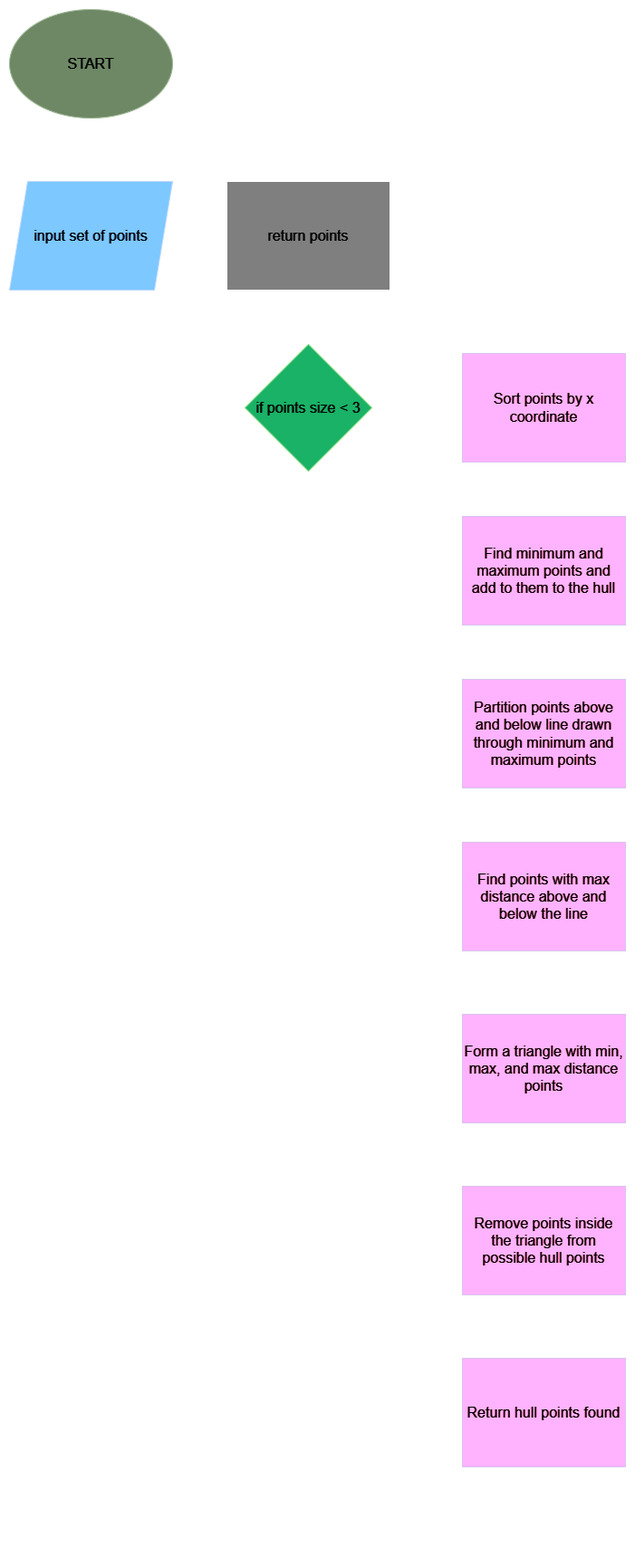
The draw.io diagram images/quickhull-alg-flowchart.png in DCIT-204/Assignment-5, before a commit. Source tidied: cells renumbered, new cells last; positions are measured from the earlier drawing's top-left corner, leaving out a move shared by most shapes.
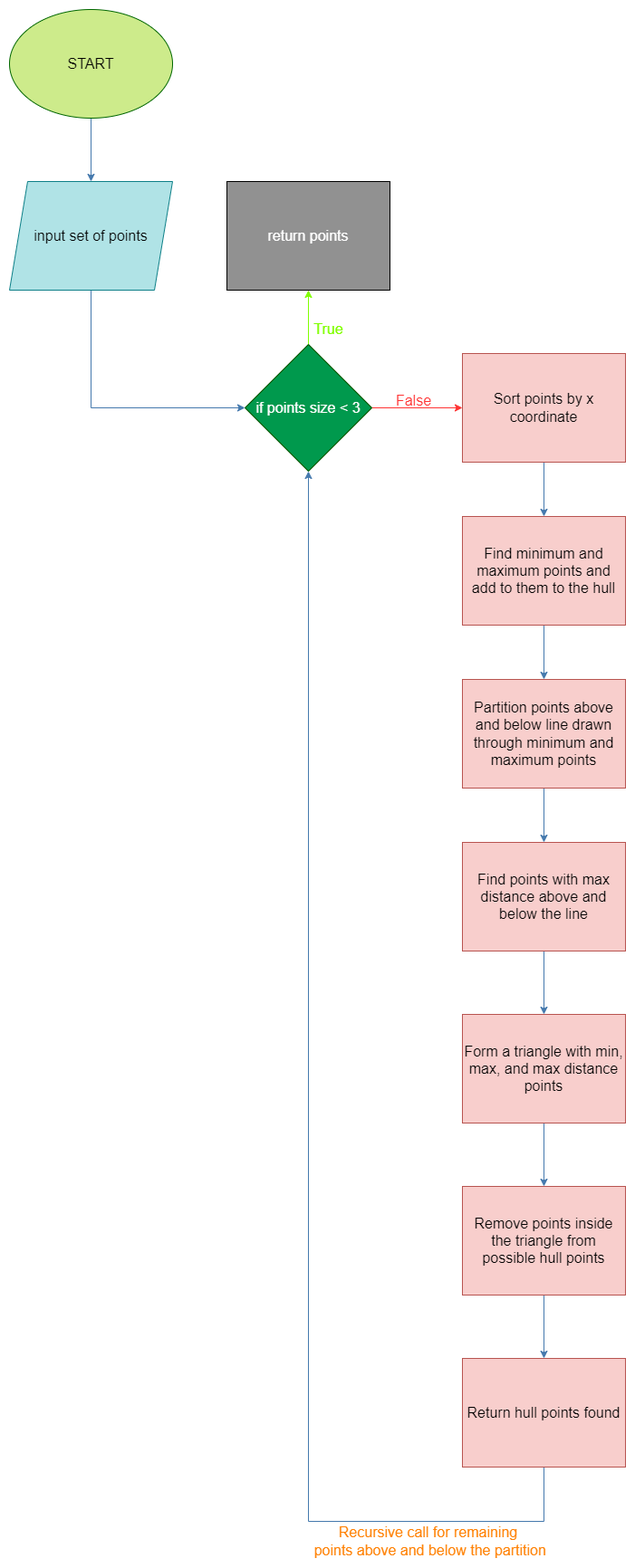
After the change.

Commit message:
used a better image for quickhull-alg-flowchart

What changed in the source:
```diff
@@ -2,24 +2,24 @@
   <root>
     <mxCell id="0" />
     <mxCell id="1" parent="0" />
-    <mxCell id="2" style="edgeStyle=orthogonalEdgeStyle;rounded=0;jettySize=auto;html=1;" parent="1" edge="1" source="3" target="10">
+    <mxCell id="2" style="edgeStyle=orthogonalEdgeStyle;rounded=0;jettySize=auto;html=1;strokeColor=#4579AD;" parent="1" edge="1" source="3" target="10">
       <mxGeometry relative="1" as="geometry" />
     </mxCell>
-    <mxCell id="3" value="START" style="ellipse;whiteSpace=wrap;html=1;fillColor=#6d8764;fontColor=#ffffff;strokeColor=#3A5431;fontSize=16;" parent="1" vertex="1">
+    <mxCell id="3" value="START" style="ellipse;whiteSpace=wrap;html=1;fillColor=#cdeb8b;strokeColor=#006600;fontSize=16;" parent="1" vertex="1">
       <mxGeometry width="180" height="120" as="geometry" />
     </mxCell>
-    <mxCell id="4" style="edgeStyle=orthogonalEdgeStyle;rounded=0;jettySize=auto;html=1;exitX=0.5;exitY=0;exitDx=0;exitDy=0;entryX=0.5;entryY=1;entryDx=0;entryDy=0;" parent="1" edge="1" source="8" target="25">
+    <mxCell id="4" style="edgeStyle=orthogonalEdgeStyle;rounded=0;jettySize=auto;html=1;exitX=0.5;exitY=0;exitDx=0;exitDy=0;entryX=0.5;entryY=1;entryDx=0;entryDy=0;strokeColor=#80FF00;" parent="1" edge="1" source="8" target="25">
       <mxGeometry relative="1" as="geometry" />
     </mxCell>
-    <mxCell id="5" value="True" style="edgeLabel;html=1;align=center;verticalAlign=middle;labelBackgroundColor=none;fontColor=default;fontSize=16;" parent="4" vertex="1">
+    <mxCell id="5" value="True" style="edgeLabel;html=1;align=center;verticalAlign=middle;labelBackgroundColor=none;fontColor=#80FF00;fontSize=16;" parent="4" vertex="1">
       <mxGeometry x="0.1" y="1" relative="1" as="geometry">
         <mxPoint x="21" y="13" as="offset" />
       </mxGeometry>
     </mxCell>
-    <mxCell id="6" style="edgeStyle=orthogonalEdgeStyle;rounded=0;jettySize=auto;html=1;exitX=1;exitY=0.5;exitDx=0;exitDy=0;entryX=0;entryY=0.5;entryDx=0;entryDy=0;" parent="1" edge="1" source="8" target="12">
+    <mxCell id="6" style="edgeStyle=orthogonalEdgeStyle;rounded=0;jettySize=auto;html=1;exitX=1;exitY=0.5;exitDx=0;exitDy=0;entryX=0;entryY=0.5;entryDx=0;entryDy=0;strokeColor=#FF3333;" parent="1" edge="1" source="8" target="12">
       <mxGeometry relative="1" as="geometry" />
     </mxCell>
-    <mxCell id="7" value="False" style="edgeLabel;html=1;align=center;verticalAlign=middle;labelBackgroundColor=none;fontSize=16;" parent="6" vertex="1">
+    <mxCell id="7" value="False" style="edgeLabel;html=1;align=center;verticalAlign=middle;labelBackgroundColor=none;fontSize=16;fontColor=#FF3333;" parent="6" vertex="1">
       <mxGeometry x="-0.07" y="-1" relative="1" as="geometry">
         <mxPoint x="-4" y="-11" as="offset" />
       </mxGeometry>
@@ -27,46 +27,46 @@
     <mxCell id="8" value="if points size &amp;lt; 3" style="rhombus;whiteSpace=wrap;html=1;fillColor=#00994D;strokeColor=#005700;fontColor=#ffffff;fontSize=16;" parent="1" vertex="1">
       <mxGeometry x="260" y="370" width="140" height="140" as="geometry" />
     </mxCell>
-    <mxCell id="9" style="edgeStyle=orthogonalEdgeStyle;rounded=0;jettySize=auto;html=1;exitX=0.5;exitY=1;exitDx=0;exitDy=0;entryX=0;entryY=0.5;entryDx=0;entryDy=0;" parent="1" edge="1" source="10" target="8">
+    <mxCell id="9" style="edgeStyle=orthogonalEdgeStyle;rounded=0;jettySize=auto;html=1;exitX=0.5;exitY=1;exitDx=0;exitDy=0;entryX=0;entryY=0.5;entryDx=0;entryDy=0;strokeColor=#4579AD;" parent="1" edge="1" source="10" target="8">
       <mxGeometry relative="1" as="geometry" />
     </mxCell>
-    <mxCell id="10" value="input set of points" style="shape=parallelogram;perimeter=parallelogramPerimeter;whiteSpace=wrap;html=1;fixedSize=1;fillColor=#004C99;fontColor=#ffffff;strokeColor=#001DBC;fontSize=16;" parent="1" vertex="1">
+    <mxCell id="10" value="input set of points" style="shape=parallelogram;perimeter=parallelogramPerimeter;whiteSpace=wrap;html=1;fixedSize=1;fillColor=#b0e3e6;strokeColor=#0e8088;fontSize=16;" parent="1" vertex="1">
       <mxGeometry y="190" width="180" height="120" as="geometry" />
     </mxCell>
-    <mxCell id="11" style="edgeStyle=orthogonalEdgeStyle;rounded=0;jettySize=auto;html=1;exitX=0.5;exitY=1;exitDx=0;exitDy=0;entryX=0.5;entryY=0;entryDx=0;entryDy=0;fillColor=#76608a;strokeColor=#000000;fontSize=16;" parent="1" edge="1" source="12" target="14">
+    <mxCell id="11" style="edgeStyle=orthogonalEdgeStyle;rounded=0;jettySize=auto;html=1;exitX=0.5;exitY=1;exitDx=0;exitDy=0;entryX=0.5;entryY=0;entryDx=0;entryDy=0;fillColor=#76608a;strokeColor=#4579AD;fontSize=16;" parent="1" edge="1" source="12" target="14">
       <mxGeometry relative="1" as="geometry" />
     </mxCell>
-    <mxCell id="12" value="Sort points by x coordinate" style="rounded=0;whiteSpace=wrap;html=1;fillColor=#99004D;fontColor=#ffffff;strokeColor=#432D57;fontSize=16;" parent="1" vertex="1">
+    <mxCell id="12" value="Sort points by x coordinate" style="rounded=0;whiteSpace=wrap;html=1;fillColor=#f8cecc;strokeColor=#b85450;fontSize=16;" parent="1" vertex="1">
       <mxGeometry x="500" y="380" width="180" height="120" as="geometry" />
     </mxCell>
-    <mxCell id="13" style="edgeStyle=orthogonalEdgeStyle;rounded=0;jettySize=auto;html=1;exitX=0.5;exitY=1;exitDx=0;exitDy=0;entryX=0.5;entryY=0;entryDx=0;entryDy=0;fillColor=#76608a;strokeColor=#000000;fontSize=16;" parent="1" edge="1" source="14" target="16">
+    <mxCell id="13" style="edgeStyle=orthogonalEdgeStyle;rounded=0;jettySize=auto;html=1;exitX=0.5;exitY=1;exitDx=0;exitDy=0;entryX=0.5;entryY=0;entryDx=0;entryDy=0;fillColor=#76608a;strokeColor=#4579AD;fontSize=16;" parent="1" edge="1" source="14" target="16">
       <mxGeometry relative="1" as="geometry" />
     </mxCell>
-    <mxCell id="14" value="Find minimum and maximum points and add to them to the hull" style="rounded=0;whiteSpace=wrap;html=1;fillColor=#99004D;fontColor=#ffffff;strokeColor=#432D57;fontSize=16;" parent="1" vertex="1">
+    <mxCell id="14" value="Find minimum and maximum points and add to them to the hull" style="rounded=0;whiteSpace=wrap;html=1;fillColor=#f8cecc;strokeColor=#b85450;fontSize=16;" parent="1" vertex="1">
       <mxGeometry x="500" y="560" width="180" height="120" as="geometry" />
     </mxCell>
-    <mxCell id="15" style="edgeStyle=orthogonalEdgeStyle;rounded=0;jettySize=auto;html=1;exitX=0.5;exitY=1;exitDx=0;exitDy=0;entryX=0.5;entryY=0;entryDx=0;entryDy=0;fillColor=#76608a;strokeColor=#000000;fontSize=16;" parent="1" edge="1" source="16" target="18">
+    <mxCell id="15" style="edgeStyle=orthogonalEdgeStyle;rounded=0;jettySize=auto;html=1;exitX=0.5;exitY=1;exitDx=0;exitDy=0;entryX=0.5;entryY=0;entryDx=0;entryDy=0;fillColor=#76608a;strokeColor=#4579AD;fontSize=16;" parent="1" edge="1" source="16" target="18">
       <mxGeometry relative="1" as="geometry" />
     </mxCell>
-    <mxCell id="16" value="Partition points above and below line drawn through minimum and maximum points" style="rounded=0;whiteSpace=wrap;html=1;fillColor=#99004D;fontColor=#ffffff;strokeColor=#432D57;fontSize=16;" parent="1" vertex="1">
+    <mxCell id="16" value="Partition points above and below line drawn through minimum and maximum points" style="rounded=0;whiteSpace=wrap;html=1;fillColor=#f8cecc;strokeColor=#b85450;fontSize=16;" parent="1" vertex="1">
       <mxGeometry x="500" y="740" width="180" height="120" as="geometry" />
     </mxCell>
-    <mxCell id="17" style="edgeStyle=orthogonalEdgeStyle;rounded=0;jettySize=auto;html=1;exitX=0.5;exitY=1;exitDx=0;exitDy=0;entryX=0.5;entryY=0;entryDx=0;entryDy=0;fillColor=#76608a;strokeColor=#000000;fontSize=16;" parent="1" edge="1" source="18" target="20">
+    <mxCell id="17" style="edgeStyle=orthogonalEdgeStyle;rounded=0;jettySize=auto;html=1;exitX=0.5;exitY=1;exitDx=0;exitDy=0;entryX=0.5;entryY=0;entryDx=0;entryDy=0;fillColor=#76608a;strokeColor=#4579AD;fontSize=16;" parent="1" edge="1" source="18" target="20">
       <mxGeometry relative="1" as="geometry" />
     </mxCell>
-    <mxCell id="18" value="Find points with max distance above and below the line" style="rounded=0;whiteSpace=wrap;html=1;fillColor=#99004D;fontColor=#ffffff;strokeColor=#432D57;fontSize=16;" parent="1" vertex="1">
+    <mxCell id="18" value="Find points with max distance above and below the line" style="rounded=0;whiteSpace=wrap;html=1;fillColor=#f8cecc;strokeColor=#b85450;fontSize=16;" parent="1" vertex="1">
       <mxGeometry x="500" y="920" width="180" height="120" as="geometry" />
     </mxCell>
-    <mxCell id="19" style="edgeStyle=orthogonalEdgeStyle;rounded=0;jettySize=auto;html=1;exitX=0.5;exitY=1;exitDx=0;exitDy=0;entryX=0.5;entryY=0;entryDx=0;entryDy=0;fillColor=#76608a;strokeColor=#000000;fontSize=16;" parent="1" edge="1" source="20" target="26">
+    <mxCell id="19" style="edgeStyle=orthogonalEdgeStyle;rounded=0;jettySize=auto;html=1;exitX=0.5;exitY=1;exitDx=0;exitDy=0;entryX=0.5;entryY=0;entryDx=0;entryDy=0;fillColor=#76608a;strokeColor=#4579AD;fontSize=16;" parent="1" edge="1" source="20" target="26">
       <mxGeometry relative="1" as="geometry" />
     </mxCell>
-    <mxCell id="20" value="Form a triangle with min, max, and max distance points" style="rounded=0;whiteSpace=wrap;html=1;fillColor=#99004D;fontColor=#ffffff;strokeColor=#432D57;fontSize=16;" parent="1" vertex="1">
+    <mxCell id="20" value="Form a triangle with min, max, and max distance points" style="rounded=0;whiteSpace=wrap;html=1;fillColor=#f8cecc;strokeColor=#b85450;fontSize=16;" parent="1" vertex="1">
       <mxGeometry x="500" y="1110" width="180" height="120" as="geometry" />
     </mxCell>
-    <mxCell id="21" style="edgeStyle=orthogonalEdgeStyle;rounded=0;jettySize=auto;html=1;exitX=0.5;exitY=1;exitDx=0;exitDy=0;entryX=0.5;entryY=0;entryDx=0;entryDy=0;fillColor=#76608a;strokeColor=#000000;fontSize=16;" parent="1" edge="1" source="26" target="24">
+    <mxCell id="21" style="edgeStyle=orthogonalEdgeStyle;rounded=0;jettySize=auto;html=1;exitX=0.5;exitY=1;exitDx=0;exitDy=0;entryX=0.5;entryY=0;entryDx=0;entryDy=0;fillColor=#76608a;strokeColor=#4579AD;fontSize=16;" parent="1" edge="1" source="26" target="24">
       <mxGeometry relative="1" as="geometry" />
     </mxCell>
-    <mxCell id="22" style="edgeStyle=orthogonalEdgeStyle;rounded=0;jettySize=auto;html=1;exitX=0.5;exitY=1;exitDx=0;exitDy=0;entryX=0.5;entryY=1;entryDx=0;entryDy=0;" parent="1" edge="1" source="24" target="8">
+    <mxCell id="22" style="edgeStyle=orthogonalEdgeStyle;rounded=0;jettySize=auto;html=1;exitX=0.5;exitY=1;exitDx=0;exitDy=0;entryX=0.5;entryY=1;entryDx=0;entryDy=0;strokeColor=#4579AD;" parent="1" edge="1" source="24" target="8">
       <mxGeometry relative="1" as="geometry">
         <Array as="points">
           <mxPoint x="590" y="1670" />
@@ -74,18 +74,18 @@
         </Array>
       </mxGeometry>
     </mxCell>
-    <mxCell id="23" value="Recursive call for remaining&lt;br&gt;&amp;nbsp;points above and below the partition" style="edgeLabel;html=1;align=center;verticalAlign=middle;labelBackgroundColor=none;fontSize=16;" parent="22" vertex="1">
+    <mxCell id="23" value="Recursive call for remaining&lt;br&gt;&amp;nbsp;points above and below the partition" style="edgeLabel;html=1;align=center;verticalAlign=middle;labelBackgroundColor=none;fontSize=16;fontColor=#FF8000;" parent="22" vertex="1">
       <mxGeometry x="0.03" y="2" relative="1" as="geometry">
         <mxPoint x="132" y="464" as="offset" />
       </mxGeometry>
     </mxCell>
-    <mxCell id="24" value="Return hull points found" style="rounded=0;whiteSpace=wrap;html=1;fillColor=#99004D;fontColor=#ffffff;strokeColor=#432D57;fontSize=16;" parent="1" vertex="1">
+    <mxCell id="24" value="Return hull points found" style="rounded=0;whiteSpace=wrap;html=1;fillColor=#f8cecc;strokeColor=#b85450;fontSize=16;" parent="1" vertex="1">
       <mxGeometry x="500" y="1490" width="180" height="120" as="geometry" />
     </mxCell>
-    <mxCell id="25" value="return points" style="rounded=0;whiteSpace=wrap;html=1;fillColor=#808080;fontColor=#FFFFFF;fontSize=16;" parent="1" vertex="1">
+    <mxCell id="25" value="return points" style="rounded=0;whiteSpace=wrap;html=1;fillColor=#919191;fontColor=#FFFFFF;fontSize=16;" parent="1" vertex="1">
       <mxGeometry x="240" y="190" width="180" height="120" as="geometry" />
     </mxCell>
-    <mxCell id="26" value="Remove points inside the triangle from possible hull points" style="rounded=0;whiteSpace=wrap;html=1;fillColor=#99004D;fontColor=#ffffff;strokeColor=#432D57;fontSize=16;" parent="1" vertex="1">
+    <mxCell id="26" value="Remove points inside the triangle from possible hull points" style="rounded=0;whiteSpace=wrap;html=1;fillColor=#f8cecc;strokeColor=#b85450;fontSize=16;" parent="1" vertex="1">
       <mxGeometry x="500" y="1300" width="180" height="120" as="geometry" />
     </mxCell>
   </root>
```
